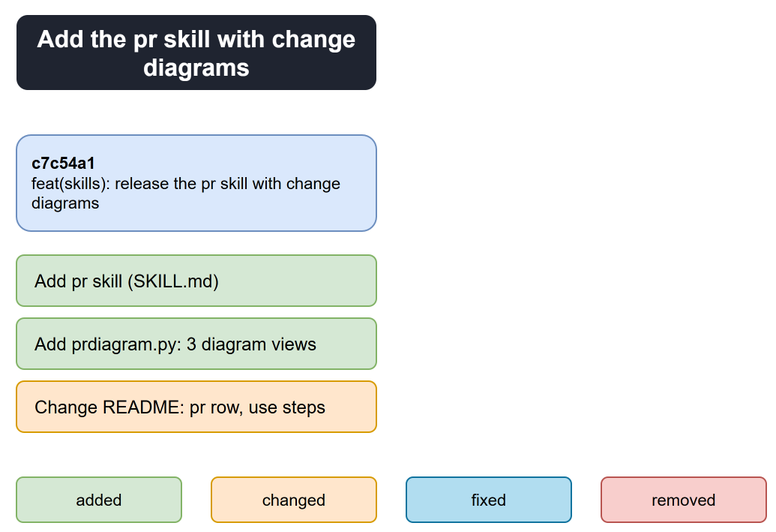
kevindoingstuff/polaris keeps this draw.io diagram as pr-1/pr-summary.drawio.png. Above is the earlier version. Source tidied: cells renumbered, new cells last; positions are measured from the earlier drawing's top-left corner, leaving out a move shared by most shapes. The source it was exported from:
```xml
<mxGraphModel>
  <root>
    <mxCell id="0" />
    <mxCell id="1" parent="0" />
    <mxCell id="2" value="Add the pr skill with change diagrams" style="rounded=1;whiteSpace=wrap;html=1;fontSize=16;fontStyle=1;fillColor=#1f2430;fontColor=#ffffff;strokeColor=none;" parent="1" vertex="1">
      <mxGeometry width="240" height="50" as="geometry" />
    </mxCell>
    <mxCell id="3" value="&lt;b&gt;c7c54a1&lt;/b&gt;&#10;feat(skills): release the pr skill with change diagrams" style="rounded=1;whiteSpace=wrap;html=1;fillColor=#dae8fc;strokeColor=#6c8ebf;align=left;spacingLeft=8;fontSize=11;" parent="1" vertex="1">
      <mxGeometry y="80" width="240" height="64" as="geometry" />
    </mxCell>
    <mxCell id="4" value="Add pr skill (SKILL.md)" style="rounded=1;whiteSpace=wrap;html=1;fillColor=#d5e8d4;strokeColor=#82b366;align=left;spacingLeft=10;fontSize=12;" parent="1" vertex="1">
      <mxGeometry y="160" width="240" height="34" as="geometry" />
    </mxCell>
    <mxCell id="5" value="Add prdiagram.py: 3 diagram views" style="rounded=1;whiteSpace=wrap;html=1;fillColor=#d5e8d4;strokeColor=#82b366;align=left;spacingLeft=10;fontSize=12;" parent="1" vertex="1">
      <mxGeometry y="202" width="240" height="34" as="geometry" />
    </mxCell>
    <mxCell id="6" value="Change README: pr row, use steps" style="rounded=1;whiteSpace=wrap;html=1;fillColor=#ffe6cc;strokeColor=#d79b00;align=left;spacingLeft=10;fontSize=12;" parent="1" vertex="1">
      <mxGeometry y="244" width="240" height="34" as="geometry" />
    </mxCell>
    <mxCell id="7" value="added" style="rounded=1;whiteSpace=wrap;html=1;fontSize=11;fillColor=#d5e8d4;strokeColor=#82b366;" parent="1" vertex="1">
      <mxGeometry y="308" width="110" height="30" as="geometry" />
    </mxCell>
    <mxCell id="8" value="changed" style="rounded=1;whiteSpace=wrap;html=1;fontSize=11;fillColor=#ffe6cc;strokeColor=#d79b00;" parent="1" vertex="1">
      <mxGeometry x="130" y="308" width="110" height="30" as="geometry" />
    </mxCell>
    <mxCell id="9" value="fixed" style="rounded=1;whiteSpace=wrap;html=1;fontSize=11;fillColor=#b1ddf0;strokeColor=#10739e;" parent="1" vertex="1">
      <mxGeometry x="260" y="308" width="110" height="30" as="geometry" />
    </mxCell>
    <mxCell id="10" value="removed" style="rounded=1;whiteSpace=wrap;html=1;fontSize=11;fillColor=#f8cecc;strokeColor=#b85450;" parent="1" vertex="1">
      <mxGeometry x="390" y="308" width="110" height="30" as="geometry" />
    </mxCell>
  </root>
</mxGraphModel>
```
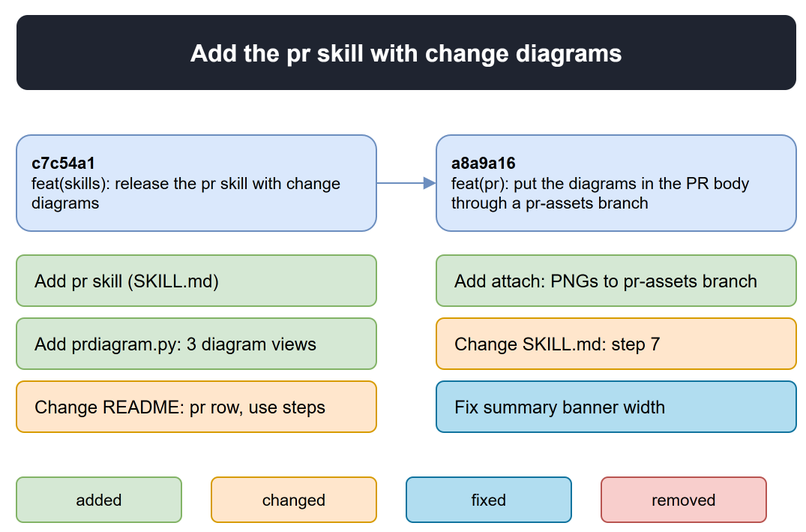
The same diagram one commit later.

Change to the diagram source:
```diff
@@ -3,7 +3,7 @@
     <mxCell id="0" />
     <mxCell id="1" parent="0" />
     <mxCell id="2" value="Add the pr skill with change diagrams" style="rounded=1;whiteSpace=wrap;html=1;fontSize=16;fontStyle=1;fillColor=#1f2430;fontColor=#ffffff;strokeColor=none;" parent="1" vertex="1">
-      <mxGeometry width="240" height="50" as="geometry" />
+      <mxGeometry width="520" height="50" as="geometry" />
     </mxCell>
     <mxCell id="3" value="&lt;b&gt;c7c54a1&lt;/b&gt;&#10;feat(skills): release the pr skill with change diagrams" style="rounded=1;whiteSpace=wrap;html=1;fillColor=#dae8fc;strokeColor=#6c8ebf;align=left;spacingLeft=8;fontSize=11;" parent="1" vertex="1">
       <mxGeometry y="80" width="240" height="64" as="geometry" />
@@ -17,17 +17,32 @@
     <mxCell id="6" value="Change README: pr row, use steps" style="rounded=1;whiteSpace=wrap;html=1;fillColor=#ffe6cc;strokeColor=#d79b00;align=left;spacingLeft=10;fontSize=12;" parent="1" vertex="1">
       <mxGeometry y="244" width="240" height="34" as="geometry" />
     </mxCell>
-    <mxCell id="7" value="added" style="rounded=1;whiteSpace=wrap;html=1;fontSize=11;fillColor=#d5e8d4;strokeColor=#82b366;" parent="1" vertex="1">
-      <mxGeometry y="308" width="110" height="30" as="geometry" />
+    <mxCell id="7" value="&lt;b&gt;a8a9a16&lt;/b&gt;&#10;feat(pr): put the diagrams in the PR body through a pr-assets branch" style="rounded=1;whiteSpace=wrap;html=1;fillColor=#dae8fc;strokeColor=#6c8ebf;align=left;spacingLeft=8;fontSize=11;" parent="1" vertex="1">
+      <mxGeometry x="280" y="80" width="240" height="64" as="geometry" />
     </mxCell>
-    <mxCell id="8" value="changed" style="rounded=1;whiteSpace=wrap;html=1;fontSize=11;fillColor=#ffe6cc;strokeColor=#d79b00;" parent="1" vertex="1">
-      <mxGeometry x="130" y="308" width="110" height="30" as="geometry" />
+    <mxCell id="8" style="edgeStyle=orthogonalEdgeStyle;html=1;rounded=1;endArrow=block;strokeColor=#6c8ebf;exitX=1;exitY=0.5;entryX=0;entryY=0.5;" parent="1" edge="1" source="3" target="7">
+      <mxGeometry relative="1" as="geometry" />
     </mxCell>
-    <mxCell id="9" value="fixed" style="rounded=1;whiteSpace=wrap;html=1;fontSize=11;fillColor=#b1ddf0;strokeColor=#10739e;" parent="1" vertex="1">
-      <mxGeometry x="260" y="308" width="110" height="30" as="geometry" />
+    <mxCell id="9" value="Add attach: PNGs to pr-assets branch" style="rounded=1;whiteSpace=wrap;html=1;fillColor=#d5e8d4;strokeColor=#82b366;align=left;spacingLeft=10;fontSize=12;" parent="1" vertex="1">
+      <mxGeometry x="280" y="160" width="240" height="34" as="geometry" />
     </mxCell>
-    <mxCell id="10" value="removed" style="rounded=1;whiteSpace=wrap;html=1;fontSize=11;fillColor=#f8cecc;strokeColor=#b85450;" parent="1" vertex="1">
-      <mxGeometry x="390" y="308" width="110" height="30" as="geometry" />
+    <mxCell id="10" value="Change SKILL.md: step 7" style="rounded=1;whiteSpace=wrap;html=1;fillColor=#ffe6cc;strokeColor=#d79b00;align=left;spacingLeft=10;fontSize=12;" parent="1" vertex="1">
+      <mxGeometry x="280" y="202" width="240" height="34" as="geometry" />
     </mxCell>
+    <mxCell id="11" value="Fix summary banner width" style="rounded=1;whiteSpace=wrap;html=1;fillColor=#b1ddf0;strokeColor=#10739e;align=left;spacingLeft=10;fontSize=12;" parent="1" vertex="1">
+      <mxGeometry x="280" y="244" width="240" height="34" as="geometry" />
+    </mxCell>
+    <mxCell id="12" value="added" style="rounded=1;whiteSpace=wrap;html=1;fontSize=11;fillColor=#d5e8d4;strokeColor=#82b366;" parent="1" vertex="1">
+      <mxGeometry y="308" width="110" height="30" as="geometry" />
+    </mxCell>
+    <mxCell id="13" value="changed" style="rounded=1;whiteSpace=wrap;html=1;fontSize=11;fillColor=#ffe6cc;strokeColor=#d79b00;" parent="1" vertex="1">
+      <mxGeometry x="130" y="308" width="110" height="30" as="geometry" />
+    </mxCell>
+    <mxCell id="14" value="fixed" style="rounded=1;whiteSpace=wrap;html=1;fontSize=11;fillColor=#b1ddf0;strokeColor=#10739e;" parent="1" vertex="1">
+      <mxGeometry x="260" y="308" width="110" height="30" as="geometry" />
+    </mxCell>
+    <mxCell id="15" value="removed" style="rounded=1;whiteSpace=wrap;html=1;fontSize=11;fillColor=#f8cecc;strokeColor=#b85450;" parent="1" vertex="1">
+      <mxGeometry x="390" y="308" width="110" height="30" as="geometry" />
+    </mxCell>
   </root>
 </mxGraphModel>
```
